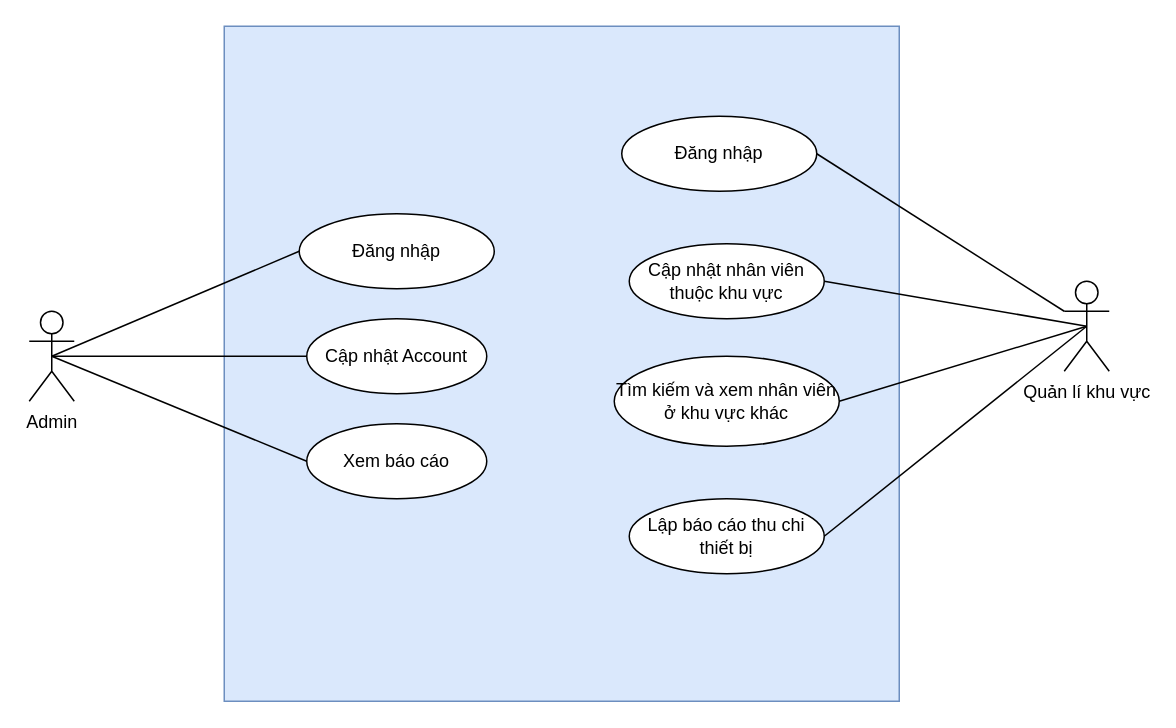
The draw.io diagram page "Use-CaseModel" (2 of 6) of Management Programming/PersonalProject/Document/Project-Diagram.drawio in jusrisu2020/File-HK2-Nam3, before the edit. Source tidied: cells renumbered, new cells numbered last; positions are measured from the earlier drawing's top-left corner, leaving out a move shared by most shapes. Both pictures are drawn from the tidied source at 150%, with x=0, y=0 at pixel (28, 26).
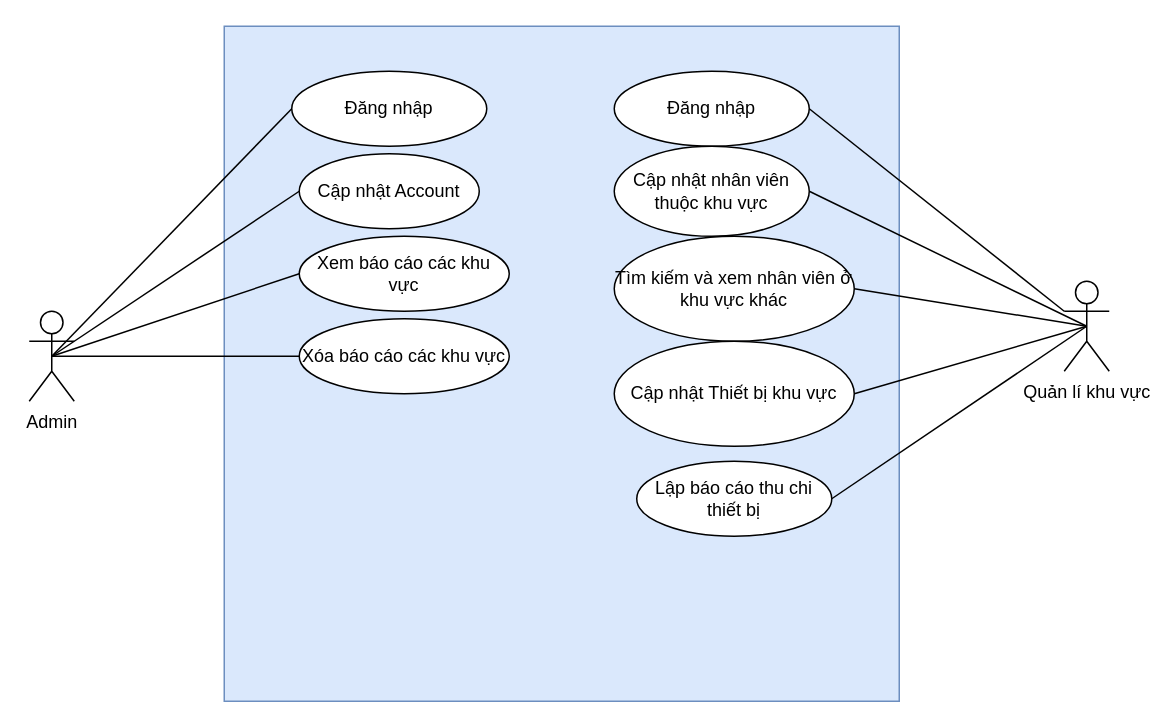
After the change.

Unchanged cells that the change refers to:
```xml
<mxCell id="3" value="Admin" style="shape=umlActor;verticalLabelPosition=bottom;verticalAlign=top;html=1;outlineConnect=0;" parent="1" vertex="1">
  <mxGeometry y="190" width="30" height="60" as="geometry" />
</mxCell>
<mxCell id="4" value="Quản lí khu vực" style="shape=umlActor;verticalLabelPosition=bottom;verticalAlign=top;html=1;outlineConnect=0;" parent="1" vertex="1">
  <mxGeometry x="690" y="170" width="30" height="60" as="geometry" />
</mxCell>
```

Change to the diagram source:
```diff
@@
     <mxCell id="5" value="Đăng nhập" style="ellipse;whiteSpace=wrap;html=1;" parent="1" vertex="1">
-      <mxGeometry x="180" y="125" width="130" height="50" as="geometry" />
+      <mxGeometry x="175" y="30" width="130" height="50" as="geometry" />
     </mxCell>
     <mxCell id="6" value="Cập nhật Account" style="ellipse;whiteSpace=wrap;html=1;" parent="1" vertex="1">
-      <mxGeometry x="185" y="195" width="120" height="50" as="geometry" />
+      <mxGeometry x="180" y="85" width="120" height="50" as="geometry" />
     </mxCell>
-    <mxCell id="7" value="Xem báo cáo" style="ellipse;whiteSpace=wrap;html=1;" parent="1" vertex="1">
-      <mxGeometry x="185" y="265" width="120" height="50" as="geometry" />
+    <mxCell id="7" value="Xem báo cáo các khu vực" style="ellipse;whiteSpace=wrap;html=1;" parent="1" vertex="1">
+      <mxGeometry x="180" y="140" width="140" height="50" as="geometry" />
     </mxCell>
     <mxCell id="8" value="Đăng nhập" style="ellipse;whiteSpace=wrap;html=1;" parent="1" vertex="1">
-      <mxGeometry x="395" y="60" width="130" height="50" as="geometry" />
+      <mxGeometry x="390" y="30" width="130" height="50" as="geometry" />
     </mxCell>
     <mxCell id="9" value="Cập nhật nhân viên thuộc khu vực" style="ellipse;whiteSpace=wrap;html=1;" parent="1" vertex="1">
-      <mxGeometry x="400" y="145" width="130" height="50" as="geometry" />
+      <mxGeometry x="390" y="80" width="130" height="60" as="geometry" />
     </mxCell>
     <mxCell id="10" value="Tìm kiếm và xem nhân viên ở khu vực khác" style="ellipse;whiteSpace=wrap;html=1;" parent="1" vertex="1">
-      <mxGeometry x="390" y="220" width="150" height="60" as="geometry" />
+      <mxGeometry x="390" y="140" width="160" height="70" as="geometry" />
     </mxCell>
     <mxCell id="11" value="Lập báo cáo thu chi thiết bị" style="ellipse;whiteSpace=wrap;html=1;" parent="1" vertex="1">
-      <mxGeometry x="400" y="315" width="130" height="50" as="geometry" />
+      <mxGeometry x="405" y="290" width="130" height="50" as="geometry" />
     </mxCell>
@@
+    <mxCell id="19" value="Xóa báo cáo các khu vực" style="ellipse;whiteSpace=wrap;html=1;" parent="1" vertex="1">
+      <mxGeometry x="180" y="195" width="140" height="50" as="geometry" />
+    </mxCell>
+    <mxCell id="20" style="endArrow=none;html=1;exitX=0.5;exitY=0.5;exitDx=0;exitDy=0;exitPerimeter=0;entryX=0;entryY=0.5;entryDx=0;entryDy=0;" parent="1" edge="1" source="3" target="19">
+      <mxGeometry relative="1" as="geometry" />
+    </mxCell>
+    <mxCell id="21" value="Cập nhật Thiết bị khu vực" style="ellipse;whiteSpace=wrap;html=1;" parent="1" vertex="1">
+      <mxGeometry x="390" y="210" width="160" height="70" as="geometry" />
+    </mxCell>
+    <mxCell id="22" style="endArrow=none;html=1;exitX=0.5;exitY=0.5;exitDx=0;exitDy=0;exitPerimeter=0;entryX=1;entryY=0.5;entryDx=0;entryDy=0;" parent="1" edge="1" source="4" target="21">
+      <mxGeometry relative="1" as="geometry" />
+    </mxCell>
```
